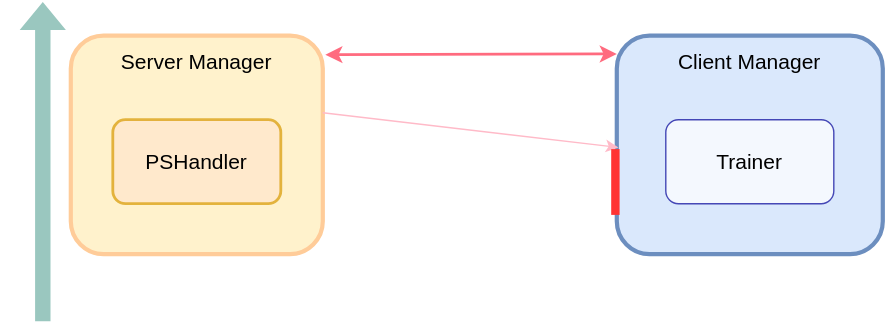
Earlier version of the draw.io export docs/imgs/fedlab-synchronous-dark.svg (SMILELab-FL/FedLab). Source tidied: cells renumbered, new cells last; positions are measured from the earlier drawing's top-left corner, leaving out a move shared by most shapes.
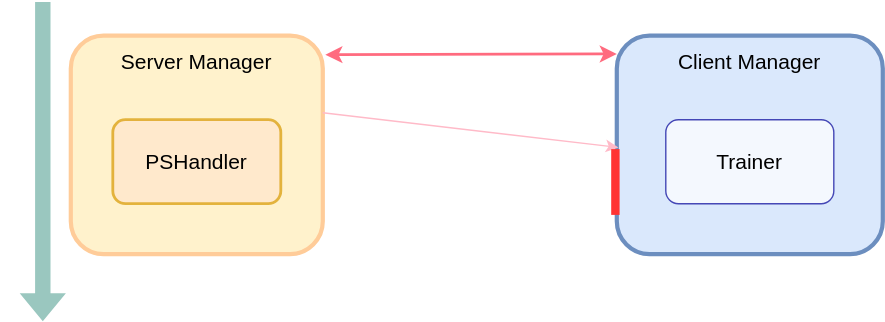
The same diagram one commit later.

Diff of the diagram source:
```diff
@@ -54,11 +54,11 @@
     </mxCell>
     <mxCell id="16" style="shape=flexArrow;endArrow=classic;html=1;fontColor=#000000;strokeWidth=2;strokeColor=none;fillColor=#9AC7BF;" parent="1" edge="1">
       <mxGeometry relative="1" as="geometry">
-        <mxPoint x="60" y="230" as="sourcePoint" />
-        <mxPoint x="60" as="targetPoint" />
+        <mxPoint x="60" as="sourcePoint" />
+        <mxPoint x="60" y="230" as="targetPoint" />
       </mxGeometry>
     </mxCell>
-    <mxCell id="17" value="Time Line" style="text;html=1;align=center;verticalAlign=middle;fillColor=none;strokeColor=none;rounded=0;fontSize=15;rotation=-90;fontColor=#FFFFFF;" parent="1" vertex="1">
+    <mxCell id="17" value="Time Line" style="text;html=1;align=center;verticalAlign=middle;fillColor=none;strokeColor=none;rounded=0;fontSize=15;rotation=90;fontColor=#FFFFFF;" parent="1" vertex="1">
       <mxGeometry y="105" width="80" height="20" as="geometry" />
     </mxCell>
   </root>
```
